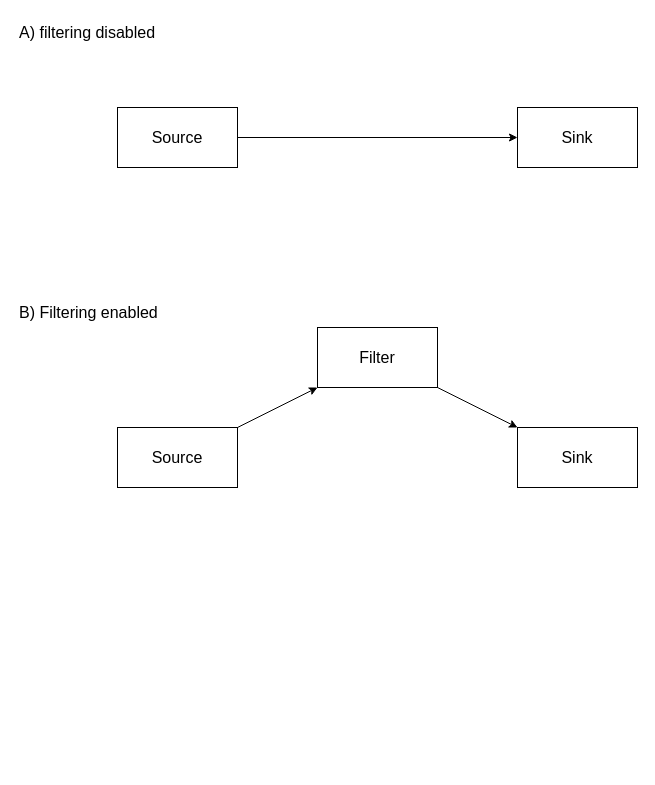
Earlier version of the draw.io diagram acquire-filter-flow.drawio (andy-sweet/diagrams). Source tidied: cells renumbered, new cells numbered last; positions are measured from the earlier drawing's top-left corner, leaving out a move shared by most shapes. Both pictures are drawn from the tidied source at 100%, with x=0, y=0 at pixel (17, 17).
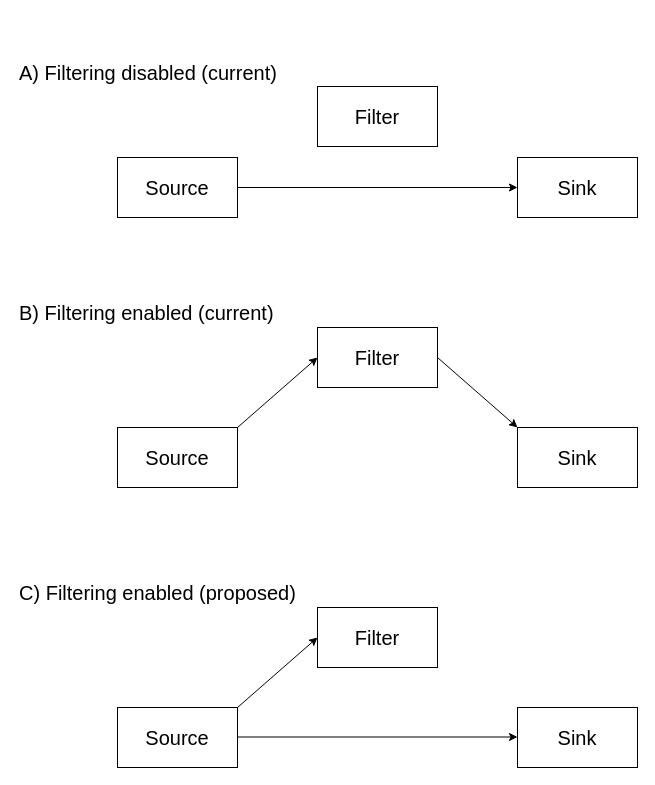
After the change.

The edit, as a diff of the source:
```diff
@@
 <mxGraphModel>
   <root>
     <mxCell id="0" />
     <mxCell id="1" parent="0" />
-    <mxCell id="2" value="Source" style="rounded=0;whiteSpace=wrap;html=1;fontSize=16;" parent="1" vertex="1">
-      <mxGeometry x="100" y="90" width="120" height="60" as="geometry" />
+    <mxCell id="2" value="Source" style="rounded=0;whiteSpace=wrap;html=1;fontSize=20;" parent="1" vertex="1">
+      <mxGeometry x="100" y="140" width="120" height="60" as="geometry" />
     </mxCell>
-    <mxCell id="3" value="Sink" style="rounded=0;whiteSpace=wrap;html=1;fontSize=16;" parent="1" vertex="1">
-      <mxGeometry x="500" y="90" width="120" height="60" as="geometry" />
+    <mxCell id="3" value="Sink" style="rounded=0;whiteSpace=wrap;html=1;fontSize=20;" parent="1" vertex="1">
+      <mxGeometry x="500" y="140" width="120" height="60" as="geometry" />
     </mxCell>
-    <mxCell id="4" value="Source" style="rounded=0;whiteSpace=wrap;html=1;fontSize=16;" parent="1" vertex="1">
+    <mxCell id="4" value="Source" style="rounded=0;whiteSpace=wrap;html=1;fontSize=20;" parent="1" vertex="1">
       <mxGeometry x="100" y="410" width="120" height="60" as="geometry" />
     </mxCell>
-    <mxCell id="5" value="Filter" style="rounded=0;whiteSpace=wrap;html=1;fontSize=16;" parent="1" vertex="1">
+    <mxCell id="5" value="Filter" style="rounded=0;whiteSpace=wrap;html=1;fontSize=20;" parent="1" vertex="1">
       <mxGeometry x="300" y="310" width="120" height="60" as="geometry" />
     </mxCell>
-    <mxCell id="6" value="Sink" style="rounded=0;whiteSpace=wrap;html=1;fontSize=16;" parent="1" vertex="1">
+    <mxCell id="6" value="Sink" style="rounded=0;whiteSpace=wrap;html=1;fontSize=20;" parent="1" vertex="1">
       <mxGeometry x="500" y="410" width="120" height="60" as="geometry" />
     </mxCell>
-    <mxCell id="7" style="endArrow=classic;html=1;rounded=0;exitX=1;exitY=0.5;exitDx=0;exitDy=0;entryX=0;entryY=0.5;entryDx=0;entryDy=0;fontSize=16;" parent="1" edge="1" source="2" target="3">
+    <mxCell id="7" style="endArrow=classic;html=1;rounded=0;exitX=1;exitY=0.5;exitDx=0;exitDy=0;entryX=0;entryY=0.5;entryDx=0;entryDy=0;fontSize=20;" parent="1" edge="1" source="2" target="3">
       <mxGeometry relative="1" as="geometry" />
     </mxCell>
-    <mxCell id="8" style="endArrow=classic;html=1;rounded=0;exitX=1;exitY=0;exitDx=0;exitDy=0;entryX=0;entryY=1;entryDx=0;entryDy=0;fontSize=16;" parent="1" edge="1" source="4" target="5">
+    <mxCell id="8" style="endArrow=classic;html=1;rounded=0;exitX=1;exitY=0;exitDx=0;exitDy=0;entryX=0;entryY=0.5;entryDx=0;entryDy=0;fontSize=20;" parent="1" edge="1" source="4" target="5">
       <mxGeometry relative="1" as="geometry" />
     </mxCell>
-    <mxCell id="9" style="endArrow=classic;html=1;rounded=0;entryX=0;entryY=0;entryDx=0;entryDy=0;exitX=1;exitY=1;exitDx=0;exitDy=0;fontSize=16;" parent="1" edge="1" source="5" target="6">
+    <mxCell id="9" style="endArrow=classic;html=1;rounded=0;entryX=0;entryY=0;entryDx=0;entryDy=0;exitX=1;exitY=0.5;exitDx=0;exitDy=0;fontSize=20;" parent="1" edge="1" source="5" target="6">
       <mxGeometry relative="1" as="geometry" />
     </mxCell>
-    <mxCell id="10" value="A) filtering disabled" style="text;html=1;strokeColor=none;fillColor=none;align=left;verticalAlign=middle;whiteSpace=wrap;rounded=0;fontSize=16;" parent="1" vertex="1">
-      <mxGeometry width="210" height="30" as="geometry" />
+    <mxCell id="10" value="A) Filtering disabled (current)" style="text;html=1;strokeColor=none;fillColor=none;align=left;verticalAlign=middle;whiteSpace=wrap;rounded=0;fontSize=20;" parent="1" vertex="1">
+      <mxGeometry y="40" width="260" height="30" as="geometry" />
     </mxCell>
-    <mxCell id="11" value="B) Filtering enabled" style="text;html=1;strokeColor=none;fillColor=none;align=left;verticalAlign=middle;whiteSpace=wrap;rounded=0;fontSize=16;" parent="1" vertex="1">
-      <mxGeometry y="280" width="210" height="30" as="geometry" />
+    <mxCell id="11" value="B) Filtering enabled (current)" style="text;html=1;strokeColor=none;fillColor=none;align=left;verticalAlign=middle;whiteSpace=wrap;rounded=0;fontSize=20;" parent="1" vertex="1">
+      <mxGeometry y="280" width="260" height="30" as="geometry" />
     </mxCell>
+    <mxCell id="12" value="Filter" style="rounded=0;whiteSpace=wrap;html=1;fontSize=20;" parent="1" vertex="1">
+      <mxGeometry x="300" y="69" width="120" height="60" as="geometry" />
+    </mxCell>
+    <mxCell id="13" value="Source" style="rounded=0;whiteSpace=wrap;html=1;fontSize=20;" parent="1" vertex="1">
+      <mxGeometry x="100" y="690" width="120" height="60" as="geometry" />
+    </mxCell>
+    <mxCell id="14" value="Filter" style="rounded=0;whiteSpace=wrap;html=1;fontSize=20;" parent="1" vertex="1">
+      <mxGeometry x="300" y="590" width="120" height="60" as="geometry" />
+    </mxCell>
+    <mxCell id="15" value="Sink" style="rounded=0;whiteSpace=wrap;html=1;fontSize=20;" parent="1" vertex="1">
+      <mxGeometry x="500" y="690" width="120" height="60" as="geometry" />
+    </mxCell>
+    <mxCell id="16" style="endArrow=classic;html=1;rounded=0;exitX=1;exitY=0;exitDx=0;exitDy=0;entryX=0;entryY=0.5;entryDx=0;entryDy=0;fontSize=20;" parent="1" edge="1" source="13" target="14">
+      <mxGeometry relative="1" as="geometry" />
+    </mxCell>
+    <mxCell id="17" value="C) Filtering enabled (proposed)" style="text;html=1;strokeColor=none;fillColor=none;align=left;verticalAlign=middle;whiteSpace=wrap;rounded=0;fontSize=20;" parent="1" vertex="1">
+      <mxGeometry y="560" width="290" height="30" as="geometry" />
+    </mxCell>
+    <mxCell id="18" style="endArrow=classic;html=1;rounded=0;exitX=1;exitY=0.5;exitDx=0;exitDy=0;entryX=0;entryY=0.5;entryDx=0;entryDy=0;fontSize=20;" parent="1" edge="1">
+      <mxGeometry relative="1" as="geometry">
+        <mxPoint x="220" y="719.5" as="sourcePoint" />
+        <mxPoint x="500" y="719.5" as="targetPoint" />
+      </mxGeometry>
+    </mxCell>
   </root>
 </mxGraphModel>
```
